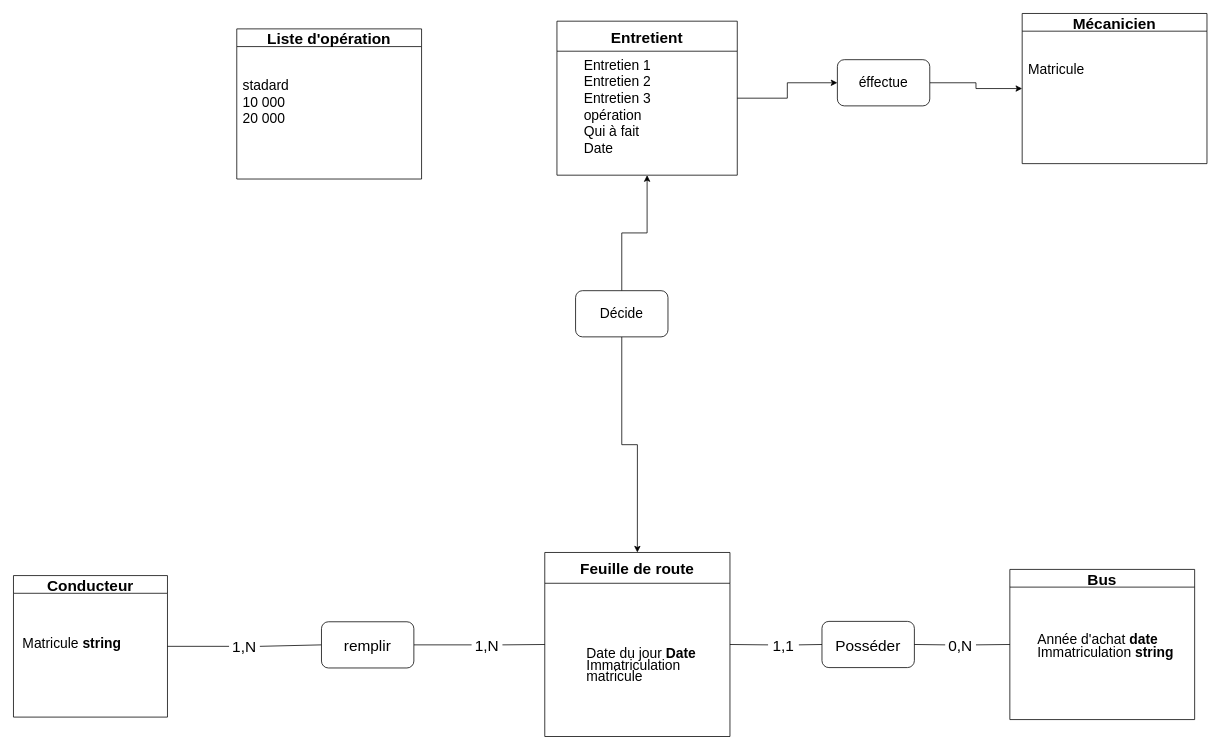
Above: page "Page-1" (1 of 2) of Diagramme sans nom.drawio in michaelnba23/Ichec (draw.io), before the change. Source tidied: cells renumbered, new cells numbered last; positions are measured from the earlier drawing's top-left corner, leaving out a move shared by most shapes. Both pictures are drawn from the tidied source at 77%, with x=0, y=0 at pixel (13, 13).
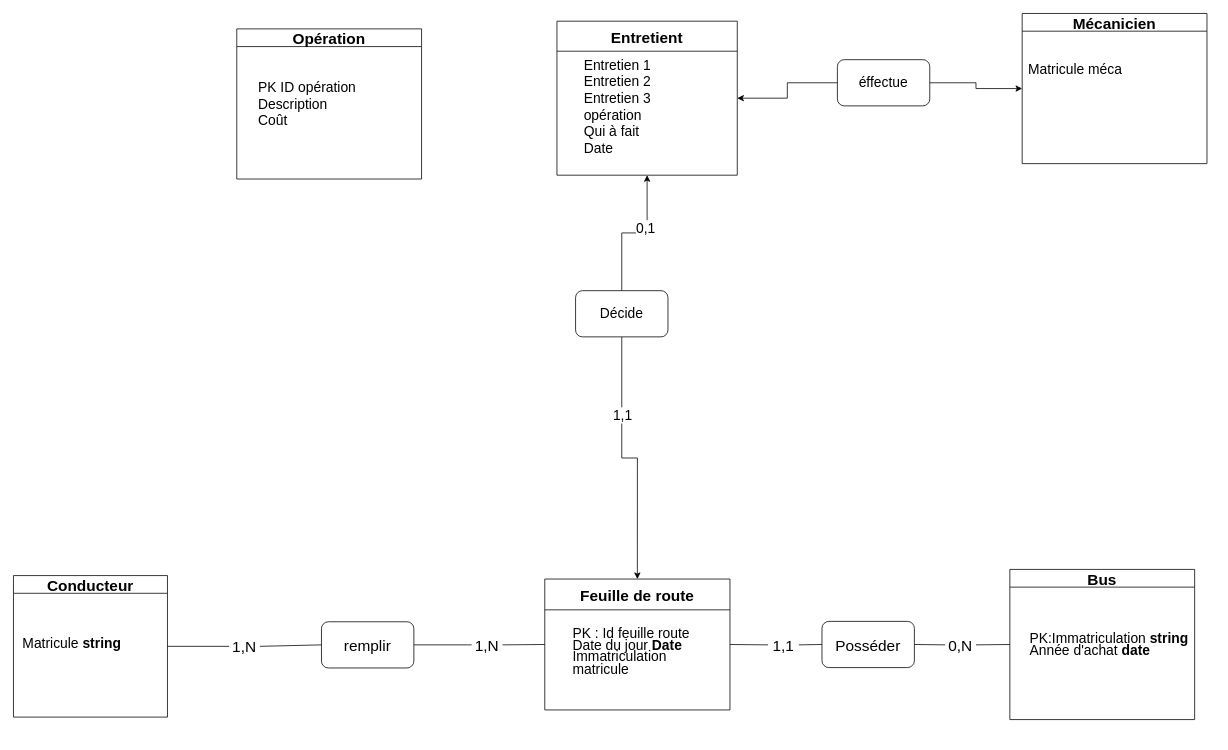
The same diagram, later.

Unchanged cells that the change refers to:
```xml
<mxCell id="4" value="Bus" style="swimlane;fontSize=20;" parent="1" vertex="1">
  <mxGeometry x="1294" y="722" width="240" height="195" as="geometry" />
</mxCell>
<mxCell id="9" value="Entretient" style="swimlane;fontSize=20;startSize=39;" parent="1" vertex="1">
  <mxGeometry x="705.8" y="10" width="234.2" height="200" as="geometry" />
</mxCell>
<mxCell id="26" value="Mécanicien" style="swimlane;fontSize=20;" parent="1" vertex="1">
  <mxGeometry x="1310" width="240" height="195" as="geometry" />
</mxCell>
<mxCell id="30" style="edgeStyle=orthogonalEdgeStyle;rounded=0;jettySize=auto;html=1;exitX=0.5;exitY=1;exitDx=0;exitDy=0;entryX=0.5;entryY=0;entryDx=0;entryDy=0;fontSize=18;" parent="1" edge="1" source="32" target="6">
  <mxGeometry relative="1" as="geometry" />
</mxCell>
<mxCell id="31" style="edgeStyle=orthogonalEdgeStyle;rounded=0;jettySize=auto;html=1;exitX=0.5;exitY=0;exitDx=0;exitDy=0;entryX=0.5;entryY=1;entryDx=0;entryDy=0;fontSize=18;" parent="1" edge="1" source="32" target="9">
  <mxGeometry relative="1" as="geometry" />
</mxCell>
<mxCell id="34" value="&lt;font style=&quot;font-size: 18px;&quot;&gt;éffectue&lt;/font&gt;" style="rounded=1;whiteSpace=wrap;html=1;" parent="1" vertex="1">
  <mxGeometry x="1070" y="60" width="120" height="60" as="geometry" />
</mxCell>
```

Diff of the diagram source:
```diff
@@
-    <mxCell id="5" value="&lt;p class=&quot;MsoListParagraphCxSpFirst&quot; style=&quot;margin: 0cm 0cm 0cm 36pt ; line-height: 15.6933px ; font-size: 11pt ; font-family: &amp;quot;calibri&amp;quot; , sans-serif ; text-indent: -18pt&quot;&gt;&lt;/p&gt;&lt;p class=&quot;MsoListParagraphCxSpFirst&quot; style=&quot;margin: 0cm 0cm 0cm 36pt ; line-height: 15.6933px ; font-size: 11pt ; font-family: &amp;quot;calibri&amp;quot; , sans-serif ; text-indent: -18pt ; display: inline&quot;&gt;&lt;/p&gt;&lt;div style=&quot;font-size: 18px&quot;&gt;&lt;p style=&quot;margin: 0cm 0cm 0cm 36pt; line-height: 15.6933px; font-family: calibri, sans-serif; text-indent: -18pt;&quot; class=&quot;MsoListParagraphCxSpFirst&quot;&gt;&lt;span lang=&quot;FR&quot;&gt;Année d'achat&amp;nbsp;&lt;b&gt;date&lt;/b&gt;&amp;nbsp;&lt;/span&gt;&lt;/p&gt;&lt;p style=&quot;margin: 0cm 0cm 0cm 36pt; line-height: 15.6933px; font-family: calibri, sans-serif; text-indent: -18pt;&quot; class=&quot;MsoListParagraphCxSpFirst&quot;&gt;&lt;span style=&quot;text-indent: -18pt;&quot;&gt;Immatriculation&amp;nbsp;&lt;b&gt;string&lt;/b&gt;&lt;/span&gt;&lt;/p&gt;&lt;p style=&quot;margin: 0cm 0cm 0cm 36pt; line-height: 15.6933px; font-family: calibri, sans-serif; text-indent: -18pt;&quot; class=&quot;MsoListParagraphCxSpMiddle&quot;&gt;&lt;br&gt;&lt;/p&gt;&lt;/div&gt;" style="text;html=1;strokeColor=none;fillColor=none;align=left;verticalAlign=middle;whiteSpace=wrap;rounded=0;" parent="4" vertex="1">
-      <mxGeometry x="10" y="34.9" width="220" height="130" as="geometry" />
+    <mxCell id="5" value="&lt;p class=&quot;MsoListParagraphCxSpFirst&quot; style=&quot;margin: 0cm 0cm 0cm 36pt ; line-height: 15.6933px ; font-size: 11pt ; font-family: &amp;quot;calibri&amp;quot; , sans-serif ; text-indent: -18pt&quot;&gt;&lt;/p&gt;&lt;p class=&quot;MsoListParagraphCxSpFirst&quot; style=&quot;margin: 0cm 0cm 0cm 36pt ; line-height: 15.6933px ; font-size: 11pt ; font-family: &amp;quot;calibri&amp;quot; , sans-serif ; text-indent: -18pt ; display: inline&quot;&gt;&lt;/p&gt;&lt;div style=&quot;font-size: 18px&quot;&gt;&lt;p style=&quot;margin: 0cm 0cm 0cm 36pt; line-height: 15.6933px; font-family: calibri, sans-serif; text-indent: -18pt;&quot; class=&quot;MsoListParagraphCxSpFirst&quot;&gt;&lt;span style=&quot;text-indent: -18pt;&quot;&gt;PK:Immatriculation&amp;nbsp;&lt;b&gt;string&lt;/b&gt;&lt;/span&gt;&lt;/p&gt;&lt;p style=&quot;margin: 0cm 0cm 0cm 36pt; line-height: 15.6933px; font-family: calibri, sans-serif; text-indent: -18pt;&quot; class=&quot;MsoListParagraphCxSpFirst&quot;&gt;&lt;span lang=&quot;FR&quot;&gt;Année d'achat&amp;nbsp;&lt;b&gt;date&lt;/b&gt;&amp;nbsp;&lt;/span&gt;&lt;/p&gt;&lt;p style=&quot;margin: 0cm 0cm 0cm 36pt; line-height: 15.6933px; font-family: calibri, sans-serif; text-indent: -18pt;&quot; class=&quot;MsoListParagraphCxSpFirst&quot;&gt;&lt;br&gt;&lt;/p&gt;&lt;/div&gt;" style="text;html=1;strokeColor=none;fillColor=none;align=left;verticalAlign=middle;whiteSpace=wrap;rounded=0;" parent="4" vertex="1">
+      <mxGeometry y="32.5" width="220" height="130" as="geometry" />
     </mxCell>
     <mxCell id="6" value="Feuille de route" style="swimlane;startSize=40;fontSize=20;" parent="1" vertex="1">
-      <mxGeometry x="690" y="700" width="240.5" height="239" as="geometry" />
+      <mxGeometry x="690" y="734.5" width="240.5" height="170" as="geometry" />
     </mxCell>
-    <mxCell id="7" value="&lt;p class=&quot;MsoListParagraphCxSpFirst&quot; style=&quot;margin: 0cm 0cm 0cm 36pt ; line-height: 15.6933px ; font-size: 11pt ; font-family: &amp;quot;calibri&amp;quot; , sans-serif ; text-indent: -18pt&quot;&gt;&lt;/p&gt;&lt;p class=&quot;MsoListParagraphCxSpFirst&quot; style=&quot;margin: 0cm 0cm 0cm 36pt ; line-height: 15.6933px ; font-size: 11pt ; font-family: &amp;quot;calibri&amp;quot; , sans-serif ; text-indent: -18pt ; display: inline&quot;&gt;&lt;/p&gt;&lt;p class=&quot;MsoListParagraphCxSpFirst&quot; style=&quot;text-align: left ; margin: 0cm 0cm 0cm 36pt ; line-height: 15.6933px ; font-family: &amp;quot;calibri&amp;quot; , sans-serif ; text-indent: -18pt ; font-size: 18px&quot;&gt;Date du jour &lt;b&gt;Date&lt;/b&gt;&lt;/p&gt;&lt;p class=&quot;MsoListParagraphCxSpFirst&quot; style=&quot;text-align: left ; margin: 0cm 0cm 0cm 36pt ; line-height: 15.6933px ; font-family: &amp;quot;calibri&amp;quot; , sans-serif ; text-indent: -18pt ; font-size: 18px&quot;&gt;Immatriculation&lt;/p&gt;&lt;p class=&quot;MsoListParagraphCxSpFirst&quot; style=&quot;text-align: left ; margin: 0cm 0cm 0cm 36pt ; line-height: 15.6933px ; font-family: &amp;quot;calibri&amp;quot; , sans-serif ; text-indent: -18pt ; font-size: 18px&quot;&gt;matricule&lt;/p&gt;" style="text;html=1;strokeColor=none;fillColor=none;align=center;verticalAlign=middle;whiteSpace=wrap;rounded=0;spacingTop=0;" parent="6" vertex="1">
-      <mxGeometry x="10.8" y="39" width="204.5" height="200" as="geometry" />
+    <mxCell id="7" value="&lt;p class=&quot;MsoListParagraphCxSpFirst&quot; style=&quot;margin: 0cm 0cm 0cm 36pt ; line-height: 15.6933px ; font-size: 11pt ; font-family: &amp;quot;calibri&amp;quot; , sans-serif ; text-indent: -18pt&quot;&gt;&lt;/p&gt;&lt;p class=&quot;MsoListParagraphCxSpFirst&quot; style=&quot;margin: 0cm 0cm 0cm 36pt ; line-height: 15.6933px ; font-size: 11pt ; font-family: &amp;quot;calibri&amp;quot; , sans-serif ; text-indent: -18pt ; display: inline&quot;&gt;&lt;/p&gt;&lt;p class=&quot;MsoListParagraphCxSpFirst&quot; style=&quot;text-align: left ; margin: 0cm 0cm 0cm 36pt ; line-height: 15.6933px ; font-family: &amp;quot;calibri&amp;quot; , sans-serif ; text-indent: -18pt ; font-size: 18px&quot;&gt;PK : Id feuille route&lt;/p&gt;&lt;p class=&quot;MsoListParagraphCxSpFirst&quot; style=&quot;text-align: left ; margin: 0cm 0cm 0cm 36pt ; line-height: 15.6933px ; font-family: &amp;quot;calibri&amp;quot; , sans-serif ; text-indent: -18pt ; font-size: 18px&quot;&gt;Date du jour &lt;b&gt;Date&lt;/b&gt;&lt;/p&gt;&lt;p class=&quot;MsoListParagraphCxSpFirst&quot; style=&quot;text-align: left ; margin: 0cm 0cm 0cm 36pt ; line-height: 15.6933px ; font-family: &amp;quot;calibri&amp;quot; , sans-serif ; text-indent: -18pt ; font-size: 18px&quot;&gt;Immatriculation&lt;/p&gt;&lt;p class=&quot;MsoListParagraphCxSpFirst&quot; style=&quot;text-align: left ; margin: 0cm 0cm 0cm 36pt ; line-height: 15.6933px ; font-family: &amp;quot;calibri&amp;quot; , sans-serif ; text-indent: -18pt ; font-size: 18px&quot;&gt;matricule&lt;/p&gt;" style="text;html=1;strokeColor=none;fillColor=none;align=center;verticalAlign=middle;whiteSpace=wrap;rounded=0;spacingTop=0;" parent="6" vertex="1">
+      <mxGeometry x="-2.2" y="-13.1" width="204.5" height="200" as="geometry" />
     </mxCell>
-    <mxCell id="8" style="edgeStyle=orthogonalEdgeStyle;rounded=0;jettySize=auto;html=1;exitX=1;exitY=0.5;exitDx=0;exitDy=0;fontSize=18;" parent="1" edge="1" source="9" target="34">
-      <mxGeometry relative="1" as="geometry" />
-    </mxCell>
@@
-    <mxCell id="27" value="&lt;p class=&quot;MsoListParagraphCxSpFirst&quot; style=&quot;margin: 0cm 0cm 0cm 36pt ; line-height: 15.6933px ; font-size: 11pt ; font-family: &amp;quot;calibri&amp;quot; , sans-serif ; text-indent: -18pt&quot;&gt;&lt;/p&gt;&lt;p class=&quot;MsoListParagraphCxSpFirst&quot; style=&quot;margin: 0cm 0cm 0cm 36pt ; line-height: 15.6933px ; font-size: 11pt ; font-family: &amp;quot;calibri&amp;quot; , sans-serif ; text-indent: -18pt ; display: inline&quot;&gt;&lt;/p&gt;&lt;div style=&quot;text-indent: -24px; font-size: 18px;&quot;&gt;Matricule&lt;/div&gt;" style="text;html=1;strokeColor=none;fillColor=none;align=left;verticalAlign=middle;whiteSpace=wrap;rounded=0;" parent="26" vertex="1">
+    <mxCell id="27" value="&lt;p class=&quot;MsoListParagraphCxSpFirst&quot; style=&quot;margin: 0cm 0cm 0cm 36pt ; line-height: 15.6933px ; font-size: 11pt ; font-family: &amp;quot;calibri&amp;quot; , sans-serif ; text-indent: -18pt&quot;&gt;&lt;/p&gt;&lt;p class=&quot;MsoListParagraphCxSpFirst&quot; style=&quot;margin: 0cm 0cm 0cm 36pt ; line-height: 15.6933px ; font-size: 11pt ; font-family: &amp;quot;calibri&amp;quot; , sans-serif ; text-indent: -18pt ; display: inline&quot;&gt;&lt;/p&gt;&lt;div style=&quot;text-indent: -24px; font-size: 18px;&quot;&gt;Matricule méca&lt;/div&gt;" style="text;html=1;strokeColor=none;fillColor=none;align=left;verticalAlign=middle;whiteSpace=wrap;rounded=0;" parent="26" vertex="1">
       <mxGeometry x="30" width="220" height="130" as="geometry" />
     </mxCell>
-    <mxCell id="28" value="Liste d'opération" style="swimlane;fontSize=20;" parent="1" vertex="1">
+    <mxCell id="28" value="Opération" style="swimlane;fontSize=20;" parent="1" vertex="1">
       <mxGeometry x="290" y="20" width="240" height="195" as="geometry" />
     </mxCell>
-    <mxCell id="29" value="&lt;p class=&quot;MsoListParagraphCxSpFirst&quot; style=&quot;margin: 0cm 0cm 0cm 36pt ; line-height: 15.6933px ; font-size: 11pt ; font-family: &amp;quot;calibri&amp;quot; , sans-serif ; text-indent: -18pt&quot;&gt;&lt;/p&gt;&lt;p class=&quot;MsoListParagraphCxSpFirst&quot; style=&quot;margin: 0cm 0cm 0cm 36pt ; line-height: 15.6933px ; font-size: 11pt ; font-family: &amp;quot;calibri&amp;quot; , sans-serif ; text-indent: -18pt ; display: inline&quot;&gt;&lt;/p&gt;&lt;div style=&quot;text-indent: -24px; font-size: 18px;&quot;&gt;stadard&lt;/div&gt;&lt;div style=&quot;text-indent: -24px; font-size: 18px;&quot;&gt;10 000&lt;/div&gt;&lt;div style=&quot;text-indent: -24px; font-size: 18px;&quot;&gt;20 000&lt;/div&gt;" style="text;html=1;strokeColor=none;fillColor=none;align=left;verticalAlign=middle;whiteSpace=wrap;rounded=0;" parent="28" vertex="1">
-      <mxGeometry x="30" y="22.5" width="220" height="130" as="geometry" />
+    <mxCell id="29" value="&lt;p class=&quot;MsoListParagraphCxSpFirst&quot; style=&quot;margin: 0cm 0cm 0cm 36pt ; line-height: 15.6933px ; font-size: 11pt ; font-family: &amp;quot;calibri&amp;quot; , sans-serif ; text-indent: -18pt&quot;&gt;&lt;/p&gt;&lt;p class=&quot;MsoListParagraphCxSpFirst&quot; style=&quot;margin: 0cm 0cm 0cm 36pt ; line-height: 15.6933px ; font-size: 11pt ; font-family: &amp;quot;calibri&amp;quot; , sans-serif ; text-indent: -18pt ; display: inline&quot;&gt;&lt;/p&gt;&lt;div style=&quot;text-indent: -24px; font-size: 18px;&quot;&gt;PK ID opération&lt;/div&gt;&lt;div style=&quot;text-indent: -24px; font-size: 18px;&quot;&gt;Description&lt;/div&gt;&lt;div style=&quot;text-indent: -24px; font-size: 18px;&quot;&gt;Coût&lt;/div&gt;" style="text;html=1;strokeColor=none;fillColor=none;align=left;verticalAlign=middle;whiteSpace=wrap;rounded=0;" parent="28" vertex="1">
+      <mxGeometry x="50" y="25" width="220" height="130" as="geometry" />
     </mxCell>
@@
+    <mxCell id="35" value="1,1" style="edgeLabel;html=1;align=center;verticalAlign=middle;fontSize=18;" parent="30" vertex="1">
+      <mxGeometry x="-0.4" relative="1" as="geometry">
+        <mxPoint y="1" as="offset" />
+      </mxGeometry>
+    </mxCell>
@@
+    <mxCell id="36" value="0,1" style="edgeLabel;html=1;align=center;verticalAlign=middle;fontSize=18;" parent="31" vertex="1">
+      <mxGeometry x="0.25" y="2" relative="1" as="geometry" />
+    </mxCell>
@@
+    <mxCell id="37" style="edgeStyle=orthogonalEdgeStyle;rounded=0;jettySize=auto;html=1;exitX=0;exitY=0.5;exitDx=0;exitDy=0;entryX=1;entryY=0.5;entryDx=0;entryDy=0;fontSize=18;" parent="1" edge="1" source="34" target="9">
+      <mxGeometry relative="1" as="geometry" />
+    </mxCell>
```
